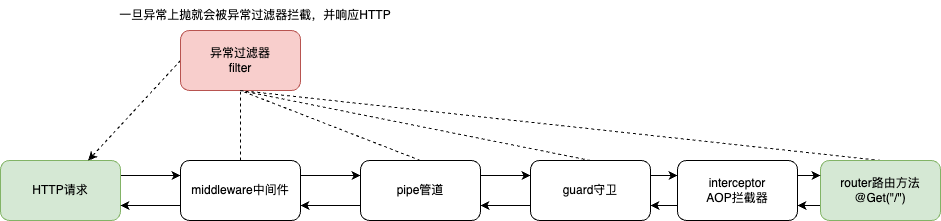
Earlier version of the draw.io export nest:HTTP请求执行流程.drawio.png (JYbill/draw). Source tidied: cells renumbered, new cells last; positions are measured from the earlier drawing's top-left corner, leaving out a move shared by most shapes.
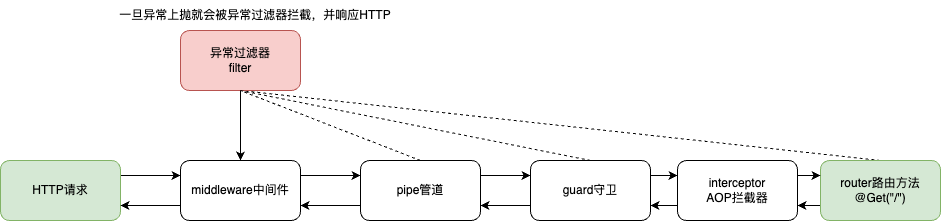
The same diagram one commit later.

Commit message:
更新nest:HTTP请求执行流程.drawio.png

Diff of the diagram source:
```diff
@@ -44,9 +44,6 @@
     <mxCell id="15" value="router路由方法&lt;br&gt;@Get(&quot;/&quot;)" style="rounded=1;whiteSpace=wrap;html=1;fillColor=#d5e8d4;strokeColor=#82b366;" parent="1" vertex="1">
       <mxGeometry x="820" y="160" width="120" height="60" as="geometry" />
     </mxCell>
-    <mxCell id="16" style="rounded=0;jettySize=auto;html=1;exitX=0;exitY=0.5;exitDx=0;exitDy=0;dashed=1;endArrow=classic;endFill=1;" parent="1" edge="1" source="17" target="3">
-      <mxGeometry relative="1" as="geometry" />
-    </mxCell>
     <mxCell id="17" value="异常过滤器&lt;br&gt;filter" style="rounded=1;whiteSpace=wrap;html=1;fillColor=#f8cecc;strokeColor=#b85450;" parent="1" vertex="1">
       <mxGeometry x="180" y="30" width="120" height="60" as="geometry" />
     </mxCell>
@@ -56,7 +53,7 @@
     <mxCell id="19" style="rounded=0;jettySize=auto;html=1;exitX=0.5;exitY=0;exitDx=0;exitDy=0;dashed=1;endArrow=none;endFill=0;entryX=0.5;entryY=1;entryDx=0;entryDy=0;" parent="1" edge="1" source="9" target="17">
       <mxGeometry relative="1" as="geometry" />
     </mxCell>
-    <mxCell id="20" style="rounded=0;jettySize=auto;html=1;exitX=0.5;exitY=0;exitDx=0;exitDy=0;dashed=1;endArrow=none;endFill=0;entryX=0.5;entryY=1;entryDx=0;entryDy=0;" parent="1" edge="1" source="6" target="17">
+    <mxCell id="20" style="rounded=0;jettySize=auto;html=1;exitX=0.5;exitY=0;exitDx=0;exitDy=0;endArrow=none;endFill=0;entryX=0.5;entryY=1;entryDx=0;entryDy=0;startArrow=classic;startFill=1;" parent="1" edge="1" source="6" target="17">
       <mxGeometry relative="1" as="geometry" />
     </mxCell>
     <mxCell id="21" value="一旦异常上抛就会被异常过滤器拦截，并响应HTTP" style="text;html=1;strokeColor=none;fillColor=none;align=center;verticalAlign=middle;whiteSpace=wrap;rounded=0;" parent="1" vertex="1">
```
